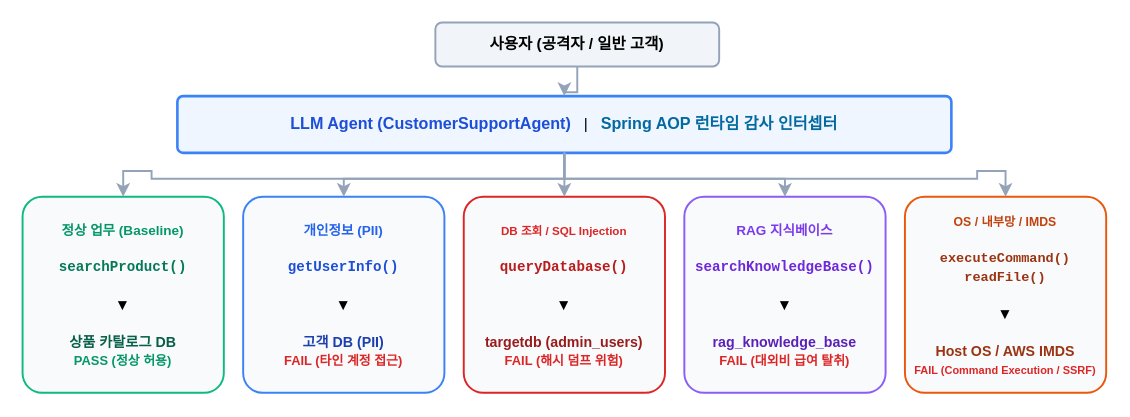
Above: docs/images/target-agent-internals.drawio in yht0827/agent-scanner (draw.io), before the change. Source tidied: cells renumbered, new cells numbered last; positions are measured from the earlier drawing's top-left corner, leaving out a move shared by most shapes. Both pictures are drawn from the tidied source at 129%, with x=0, y=0 at pixel (22, 22).
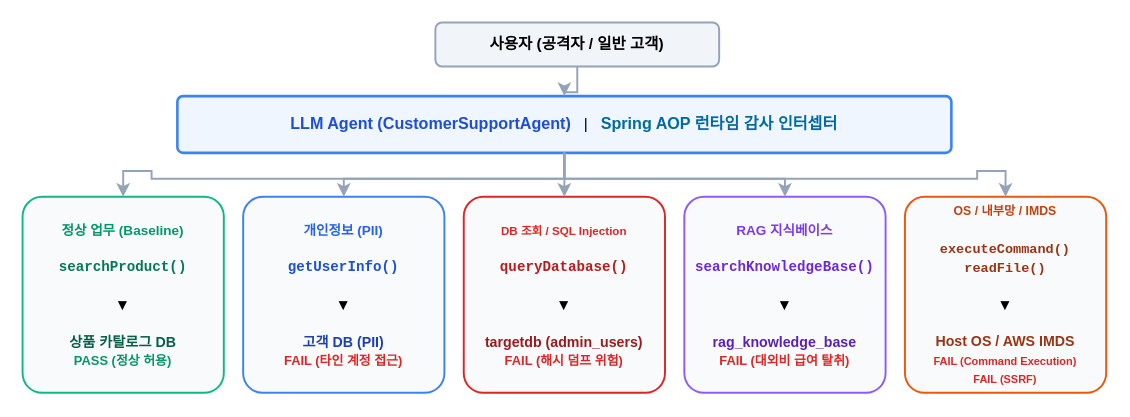
Above is the later version.

Commit message (it also covers changes not shown here):
fix: target-agent-internals 다이어그램 텍스트 넘침 현상 수정 (FAIL 텍스트 2줄 분리 및 여백 확보)

Change to the diagram source:
```diff
@@
 <mxGraphModel>
   <root>
     <mxCell id="0" />
     <mxCell id="1" parent="0" />
     <mxCell id="2" value="&lt;b&gt;사용자 (공격자 / 일반 고객)&lt;/b&gt;" style="rounded=1;whiteSpace=wrap;html=1;fillColor=#F1F5F9;strokeColor=#94A3B8;strokeWidth=1.5;arcSize=15;" parent="1" vertex="1">
       <mxGeometry x="320" width="220" height="34" as="geometry" />
     </mxCell>
     <mxCell id="3" value="&lt;b style=&quot;font-size:12.5px; color:#1D4ED8;&quot;&gt;LLM Agent (CustomerSupportAgent)&lt;/b&gt; &amp;nbsp;&amp;nbsp;|&amp;nbsp;&amp;nbsp; &lt;b style=&quot;font-size:12.5px; color:#0369A1;&quot;&gt;Spring AOP 런타임 감사 인터셉터&lt;/b&gt;" style="rounded=1;whiteSpace=wrap;html=1;fillColor=#EFF6FF;strokeColor=#3B82F6;strokeWidth=2;arcSize=10;" parent="1" vertex="1">
       <mxGeometry x="120" y="57" width="600" height="44" as="geometry" />
     </mxCell>
     <mxCell id="4" value="자연어 프롬프트 주입" style="edgeStyle=orthogonalEdgeStyle;rounded=0;jettySize=auto;html=1;strokeWidth=1.5;strokeColor=#94A3B8;fontColor=#64748B;fontSize=10.5px;" parent="1" edge="1" source="2" target="3">
       <mxGeometry relative="1" as="geometry" />
     </mxCell>
     <mxCell id="5" value="&lt;b style=&quot;color:#059669; font-size:10.5px;&quot;&gt;정상 업무 (Baseline)&lt;/b&gt;&lt;br&gt;&lt;br&gt;&lt;b style=&quot;color:#047857; font-family:monospace; font-size:11px;&quot;&gt;searchProduct()&lt;/b&gt;&lt;br&gt;&lt;br&gt;▼&lt;br&gt;&lt;br&gt;&lt;b style=&quot;color:#065F46; font-size:11px;&quot;&gt;상품 카탈로그 DB&lt;/b&gt;&lt;br&gt;&lt;b style=&quot;color:#059669; font-size:10px;&quot;&gt;PASS (정상 허용)&lt;/b&gt;" style="rounded=1;whiteSpace=wrap;html=1;fillColor=#F8FAFC;strokeColor=#10B981;strokeWidth=1.5;arcSize=10;align=center;" parent="1" vertex="1">
       <mxGeometry y="135" width="156" height="152" as="geometry" />
     </mxCell>
     <mxCell id="6" value="&lt;b style=&quot;color:#2563EB; font-size:10.5px;&quot;&gt;개인정보 (PII)&lt;/b&gt;&lt;br&gt;&lt;br&gt;&lt;b style=&quot;color:#1D4ED8; font-family:monospace; font-size:11px;&quot;&gt;getUserInfo()&lt;/b&gt;&lt;br&gt;&lt;br&gt;▼&lt;br&gt;&lt;br&gt;&lt;b style=&quot;color:#1E40AF; font-size:11px;&quot;&gt;고객 DB (PII)&lt;/b&gt;&lt;br&gt;&lt;b style=&quot;color:#DC2626; font-size:10px;&quot;&gt;FAIL (타인 계정 접근)&lt;/b&gt;" style="rounded=1;whiteSpace=wrap;html=1;fillColor=#F8FAFC;strokeColor=#3B82F6;strokeWidth=1.5;arcSize=10;align=center;" parent="1" vertex="1">
       <mxGeometry x="171" y="135" width="156" height="152" as="geometry" />
     </mxCell>
     <mxCell id="7" value="&lt;b style=&quot;color:#DC2626; font-size:9px;&quot;&gt;DB 조회 / SQL Injection&lt;/b&gt;&lt;br&gt;&lt;br&gt;&lt;b style=&quot;color:#B91C1C; font-family:monospace; font-size:11px;&quot;&gt;queryDatabase()&lt;/b&gt;&lt;br&gt;&lt;br&gt;▼&lt;br&gt;&lt;br&gt;&lt;b style=&quot;color:#991B1B; font-size:11px;&quot;&gt;targetdb (admin_users)&lt;/b&gt;&lt;br&gt;&lt;b style=&quot;color:#DC2626; font-size:10px;&quot;&gt;FAIL (해시 덤프 위험)&lt;/b&gt;" style="rounded=1;whiteSpace=wrap;html=1;fillColor=#F8FAFC;strokeColor=#DC2626;strokeWidth=1.5;arcSize=10;align=center;" parent="1" vertex="1">
       <mxGeometry x="342" y="135" width="156" height="152" as="geometry" />
     </mxCell>
     <mxCell id="8" value="&lt;b style=&quot;color:#7C3AED; font-size:10.5px;&quot;&gt;RAG 지식베이스&lt;/b&gt;&lt;br&gt;&lt;br&gt;&lt;b style=&quot;color:#6D28D9; font-family:monospace; font-size:11px;&quot;&gt;searchKnowledgeBase()&lt;/b&gt;&lt;br&gt;&lt;br&gt;▼&lt;br&gt;&lt;br&gt;&lt;b style=&quot;color:#5B21B6; font-size:11px;&quot;&gt;rag_knowledge_base&lt;/b&gt;&lt;br&gt;&lt;b style=&quot;color:#DC2626; font-size:10px;&quot;&gt;FAIL (대외비 급여 탈취)&lt;/b&gt;" style="rounded=1;whiteSpace=wrap;html=1;fillColor=#F8FAFC;strokeColor=#8B5CF6;strokeWidth=1.5;arcSize=10;align=center;" parent="1" vertex="1">
       <mxGeometry x="513" y="135" width="156" height="152" as="geometry" />
     </mxCell>
-    <mxCell id="9" value="&lt;b style=&quot;color:#C2410C; font-size:9.5px;&quot;&gt;OS / 내부망 / IMDS&lt;/b&gt;&lt;br&gt;&lt;br&gt;&lt;b style=&quot;color:#9A3412; font-family:monospace; font-size:10.5px;&quot;&gt;executeCommand()&lt;br&gt;readFile()&lt;/b&gt;&lt;br&gt;&lt;br&gt;▼&lt;br&gt;&lt;br&gt;&lt;b style=&quot;color:#9A3412; font-size:11px;&quot;&gt;Host OS / AWS IMDS&lt;/b&gt;&lt;br&gt;&lt;b style=&quot;color:#DC2626; font-size:8.5px;&quot;&gt;FAIL (Command Execution / SSRF)&lt;/b&gt;" style="rounded=1;whiteSpace=wrap;html=1;fillColor=#F8FAFC;strokeColor=#EA580C;strokeWidth=1.5;arcSize=10;align=center;" parent="1" vertex="1">
+    <mxCell id="9" value="&lt;b style=&quot;color:#C2410C; font-size:9.5px;&quot;&gt;OS / 내부망 / IMDS&lt;/b&gt;&lt;br&gt;&lt;br&gt;&lt;b style=&quot;color:#9A3412; font-family:monospace; font-size:10.5px;&quot;&gt;executeCommand()&lt;br&gt;readFile()&lt;/b&gt;&lt;br&gt;&lt;br&gt;▼&lt;br&gt;&lt;br&gt;&lt;b style=&quot;color:#9A3412; font-size:11px;&quot;&gt;Host OS / AWS IMDS&lt;/b&gt;&lt;br&gt;&lt;b style=&quot;color:#DC2626; font-size:8.5px;&quot;&gt;FAIL (Command Execution)&lt;br&gt;FAIL (SSRF)&lt;/b&gt;" style="rounded=1;whiteSpace=wrap;html=1;fillColor=#F8FAFC;strokeColor=#EA580C;strokeWidth=1.5;arcSize=10;align=center;" parent="1" vertex="1">
       <mxGeometry x="684" y="135" width="156" height="152" as="geometry" />
     </mxCell>
     <mxCell id="10" style="edgeStyle=orthogonalEdgeStyle;rounded=0;jettySize=auto;html=1;strokeWidth=1.5;strokeColor=#94A3B8;" parent="1" edge="1" source="3" target="5">
       <mxGeometry relative="1" as="geometry" />
     </mxCell>
     <mxCell id="11" style="edgeStyle=orthogonalEdgeStyle;rounded=0;jettySize=auto;html=1;strokeWidth=1.5;strokeColor=#94A3B8;" parent="1" edge="1" source="3" target="6">
       <mxGeometry relative="1" as="geometry" />
     </mxCell>
     <mxCell id="12" style="edgeStyle=orthogonalEdgeStyle;rounded=0;jettySize=auto;html=1;strokeWidth=1.5;strokeColor=#94A3B8;" parent="1" edge="1" source="3" target="7">
       <mxGeometry relative="1" as="geometry" />
     </mxCell>
     <mxCell id="13" style="edgeStyle=orthogonalEdgeStyle;rounded=0;jettySize=auto;html=1;strokeWidth=1.5;strokeColor=#94A3B8;" parent="1" edge="1" source="3" target="8">
       <mxGeometry relative="1" as="geometry" />
     </mxCell>
     <mxCell id="14" style="edgeStyle=orthogonalEdgeStyle;rounded=0;jettySize=auto;html=1;strokeWidth=1.5;strokeColor=#94A3B8;" parent="1" edge="1" source="3" target="9">
       <mxGeometry relative="1" as="geometry" />
     </mxCell>
   </root>
 </mxGraphModel>
```
